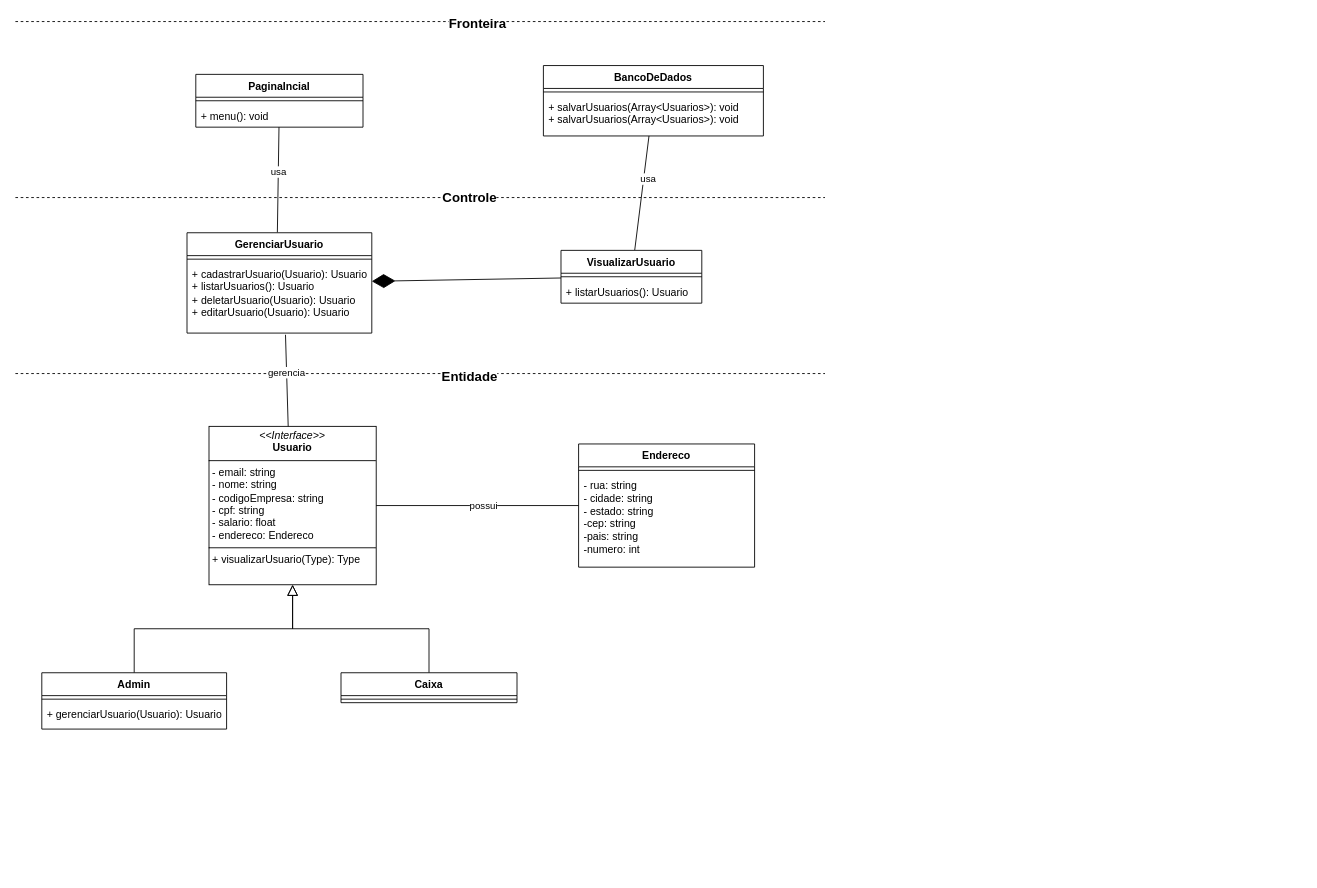
Before: diagramas/Diagrama de Classe.drawio in thiagobonfim0310/SmartLock, a draw.io diagram. Source tidied: cells renumbered, new cells numbered last; positions are measured from the earlier drawing's top-left corner, leaving out a move shared by most shapes. Both pictures are drawn from the tidied source at 88%, with x=0, y=0 at pixel (15, 21).
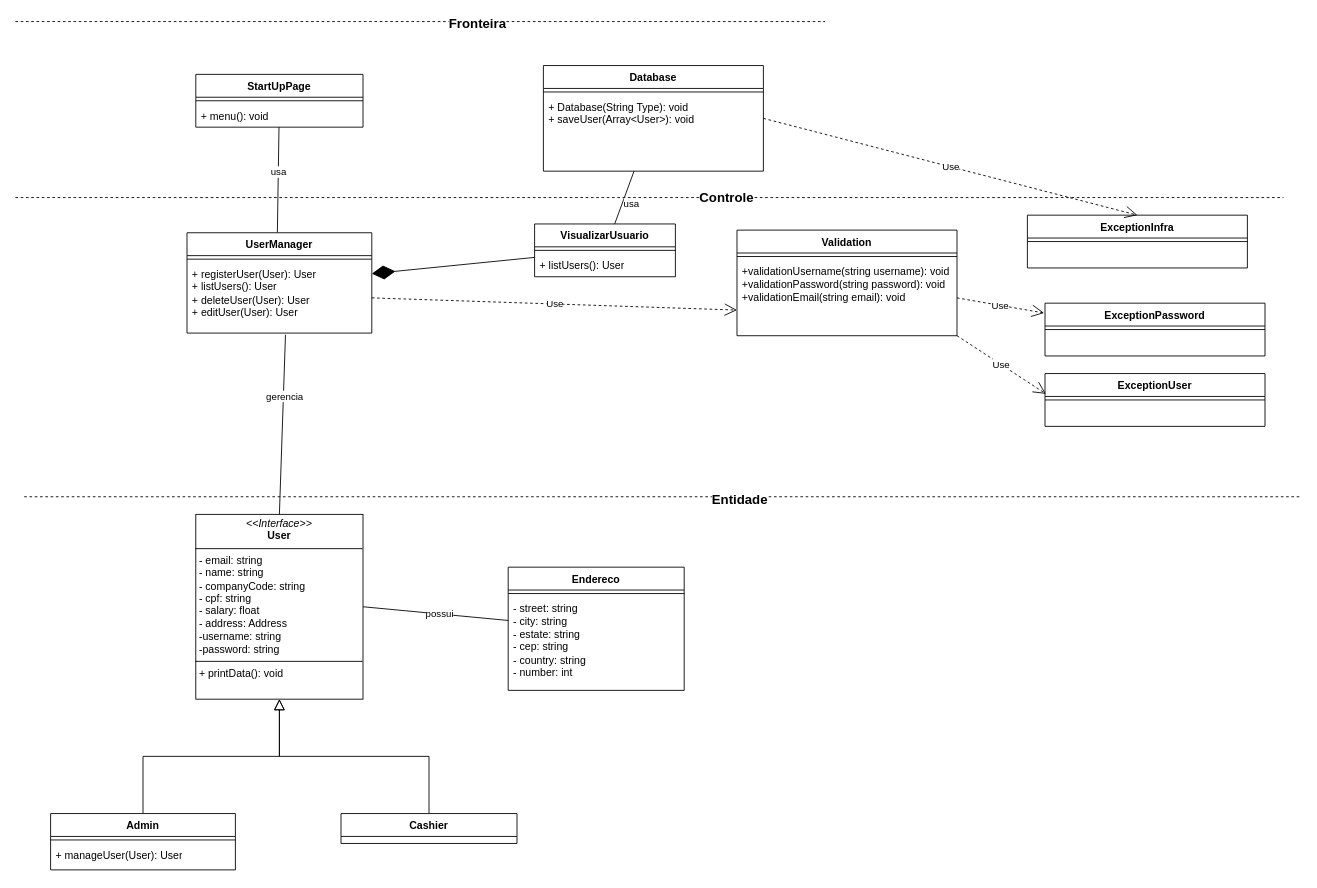
The same diagram, later.

Commit message (it also covers changes not shown here):
Atualização do diagrama de classes e adição de assets para o README

The edit, as a diff of the source:
```diff
@@
-    <mxCell id="4" value="&lt;p style=&quot;margin:0px;margin-top:4px;text-align:center;&quot;&gt;&lt;i&gt;&amp;lt;&amp;lt;Interface&amp;gt;&amp;gt;&lt;/i&gt;&lt;br&gt;&lt;b&gt;Usuario&lt;/b&gt;&lt;/p&gt;&lt;hr size=&quot;1&quot; style=&quot;border-style:solid;&quot;&gt;&lt;p style=&quot;margin:0px;margin-left:4px;&quot;&gt;- email: string&lt;/p&gt;&lt;p style=&quot;margin:0px;margin-left:4px;&quot;&gt;- nome: string&lt;/p&gt;&lt;p style=&quot;margin:0px;margin-left:4px;&quot;&gt;- codigoEmpresa: string&lt;br&gt;&lt;/p&gt;&lt;p style=&quot;margin:0px;margin-left:4px;&quot;&gt;- cpf: string&lt;/p&gt;&lt;p style=&quot;margin:0px;margin-left:4px;&quot;&gt;- salario: float&lt;/p&gt;&lt;p style=&quot;margin:0px;margin-left:4px;&quot;&gt;- endereco: Endereco&lt;br&gt;&lt;/p&gt;&lt;hr size=&quot;1&quot; style=&quot;border-style:solid;&quot;&gt;&lt;p style=&quot;margin:0px;margin-left:4px;&quot;&gt;+ visualizarUsuario(Type): Type&lt;br&gt;&lt;/p&gt;" style="verticalAlign=top;align=left;overflow=fill;html=1;whiteSpace=wrap;" parent="1" vertex="1">
-      <mxGeometry x="220" y="460" width="190" height="180" as="geometry" />
+    <mxCell id="4" value="&lt;p style=&quot;margin:0px;margin-top:4px;text-align:center;&quot;&gt;&lt;i&gt;&amp;lt;&amp;lt;Interface&amp;gt;&amp;gt;&lt;/i&gt;&lt;br&gt;&lt;b&gt;User&lt;/b&gt;&lt;/p&gt;&lt;hr size=&quot;1&quot; style=&quot;border-style:solid;&quot;&gt;&lt;p style=&quot;margin:0px;margin-left:4px;&quot;&gt;- email: string&lt;/p&gt;&lt;p style=&quot;margin:0px;margin-left:4px;&quot;&gt;- name: string&lt;/p&gt;&lt;p style=&quot;margin:0px;margin-left:4px;&quot;&gt;- companyCode: string&lt;br&gt;&lt;/p&gt;&lt;p style=&quot;margin:0px;margin-left:4px;&quot;&gt;- cpf: string&lt;/p&gt;&lt;p style=&quot;margin:0px;margin-left:4px;&quot;&gt;- salary: float&lt;/p&gt;&lt;p style=&quot;margin:0px;margin-left:4px;&quot;&gt;- address: Address&lt;br&gt;&lt;/p&gt;&lt;p style=&quot;margin:0px;margin-left:4px;&quot;&gt;-username: string&lt;/p&gt;&lt;p style=&quot;margin:0px;margin-left:4px;&quot;&gt;-password: string&lt;/p&gt;&lt;hr size=&quot;1&quot; style=&quot;border-style:solid;&quot;&gt;&lt;p style=&quot;margin:0px;margin-left:4px;&quot;&gt;+ printData(): void&lt;br&gt;&lt;/p&gt;" style="verticalAlign=top;align=left;overflow=fill;html=1;whiteSpace=wrap;" parent="1" vertex="1">
+      <mxGeometry x="205" y="560" width="190" height="210" as="geometry" />
     </mxCell>
     <mxCell id="5" style="endArrow=none;dashed=1;html=1;rounded=0;" parent="1" edge="1">
       <mxGeometry relative="1" as="geometry">
-        <mxPoint y="400" as="sourcePoint" />
-        <mxPoint x="920" y="400" as="targetPoint" />
+        <mxPoint x="10" y="540" as="sourcePoint" />
+        <mxPoint x="1461" y="540" as="targetPoint" />
       </mxGeometry>
     </mxCell>
@@
-    <mxCell id="7" style="endArrow=none;endFill=0;endSize=12;html=1;rounded=0;exitX=0.533;exitY=1.024;exitDx=0;exitDy=0;exitPerimeter=0;" parent="1" edge="1" source="21">
-      <mxGeometry relative="1" as="geometry">
-        <mxPoint x="310" y="460" as="targetPoint" />
-      </mxGeometry>
+    <mxCell id="7" style="endArrow=none;endFill=0;endSize=12;html=1;rounded=0;exitX=0.533;exitY=1.024;exitDx=0;exitDy=0;exitPerimeter=0;entryX=0.5;entryY=0;entryDx=0;entryDy=0;" parent="1" edge="1" source="21" target="4">
+      <mxGeometry relative="1" as="geometry" />
     </mxCell>
@@
     <mxCell id="13" style="endArrow=none;dashed=1;html=1;rounded=0;" parent="1" edge="1">
       <mxGeometry relative="1" as="geometry">
         <mxPoint y="200" as="sourcePoint" />
-        <mxPoint x="920" y="200" as="targetPoint" />
+        <mxPoint x="1441" y="200" as="targetPoint" />
       </mxGeometry>
     </mxCell>
@@
-    <mxCell id="19" value="GerenciarUsuario" style="swimlane;fontStyle=1;align=center;verticalAlign=top;horizontal=1;startSize=26;whiteSpace=wrap;html=1;" parent="1" vertex="1">
+    <mxCell id="19" value="UserManager" style="swimlane;fontStyle=1;align=center;verticalAlign=top;horizontal=1;startSize=26;whiteSpace=wrap;html=1;" parent="1" vertex="1">
       <mxGeometry x="195" y="240" width="210" height="114" as="geometry" />
     </mxCell>
@@
-    <mxCell id="21" value="&lt;div&gt;+ cadastrarUsuario(Usuario): Usuario&lt;/div&gt;&lt;div&gt;+ listarUsuarios(): Usuario&lt;/div&gt;&lt;div&gt;+ deletarUsuario&lt;span style=&quot;background-color: initial;&quot;&gt;(&lt;/span&gt;Usuario&lt;span style=&quot;background-color: initial;&quot;&gt;): &lt;/span&gt;Usuario&lt;/div&gt;&lt;div&gt;+ editarUsuario(Usuario): Usuario&lt;/div&gt;" style="text;strokeColor=none;fillColor=none;align=left;verticalAlign=top;spacingLeft=4;spacingRight=4;overflow=hidden;points=[[0,0.5],[1,0.5]];portConstraint=eastwest;whiteSpace=wrap;html=1;" parent="19" vertex="1">
+    <mxCell id="21" value="&lt;div&gt;+ registerUser(User): User&lt;/div&gt;&lt;div&gt;+ listUsers(): User&lt;/div&gt;&lt;div&gt;+ deleteUser&lt;span style=&quot;background-color: initial;&quot;&gt;(&lt;/span&gt;User&lt;span style=&quot;background-color: initial;&quot;&gt;): &lt;/span&gt;User&lt;/div&gt;&lt;div&gt;+ editUser(User): User&lt;/div&gt;" style="text;strokeColor=none;fillColor=none;align=left;verticalAlign=top;spacingLeft=4;spacingRight=4;overflow=hidden;points=[[0,0.5],[1,0.5]];portConstraint=eastwest;whiteSpace=wrap;html=1;" parent="19" vertex="1">
       <mxGeometry y="34" width="210" height="80" as="geometry" />
     </mxCell>
     <mxCell id="22" value="Admin" style="swimlane;fontStyle=1;align=center;verticalAlign=top;horizontal=1;startSize=26;whiteSpace=wrap;html=1;" parent="1" vertex="1">
-      <mxGeometry x="30" y="740" width="210" height="64" as="geometry" />
+      <mxGeometry x="40" y="900" width="210" height="64" as="geometry" />
     </mxCell>
@@
-    <mxCell id="24" value="+ gerenciarUsuario(Usuario): Usuario" style="text;strokeColor=none;fillColor=none;align=left;verticalAlign=top;spacingLeft=4;spacingRight=4;overflow=hidden;whiteSpace=wrap;html=1;" parent="22" vertex="1">
+    <mxCell id="24" value="+ manageUser(User): User" style="text;strokeColor=none;fillColor=none;align=left;verticalAlign=top;spacingLeft=4;spacingRight=4;overflow=hidden;whiteSpace=wrap;html=1;" parent="22" vertex="1">
       <mxGeometry y="34" width="210" height="30" as="geometry" />
     </mxCell>
-    <mxCell id="25" value="Caixa" style="swimlane;fontStyle=1;align=center;verticalAlign=top;horizontal=1;startSize=26;whiteSpace=wrap;html=1;" parent="1" vertex="1">
-      <mxGeometry x="370" y="740" width="200" height="34" as="geometry" />
+    <mxCell id="25" value="Cashier" style="swimlane;fontStyle=1;align=center;verticalAlign=top;horizontal=1;startSize=26;whiteSpace=wrap;html=1;" parent="1" vertex="1">
+      <mxGeometry x="370" y="900" width="200" height="34" as="geometry" />
     </mxCell>
-    <mxCell id="26" style="line;strokeWidth=1;fillColor=none;align=left;verticalAlign=middle;spacingTop=-1;spacingLeft=3;spacingRight=3;labelPosition=right;strokeColor=inherit;" parent="25" vertex="1">
-      <mxGeometry y="26" width="200" height="8" as="geometry" />
-    </mxCell>
-    <mxCell id="27" value="PaginaIncial" style="swimlane;fontStyle=1;align=center;verticalAlign=top;horizontal=1;startSize=26;whiteSpace=wrap;html=1;" parent="1" vertex="1">
+    <mxCell id="27" value="StartUpPage" style="swimlane;fontStyle=1;align=center;verticalAlign=top;horizontal=1;startSize=26;whiteSpace=wrap;html=1;" parent="1" vertex="1">
       <mxGeometry x="205" y="60" width="190" height="60" as="geometry" />
     </mxCell>
@@
     <mxCell id="30" value="VisualizarUsuario" style="swimlane;fontStyle=1;align=center;verticalAlign=top;horizontal=1;startSize=26;whiteSpace=wrap;html=1;" parent="1" vertex="1">
-      <mxGeometry x="620" y="260" width="160" height="60" as="geometry" />
+      <mxGeometry x="590" y="230" width="160" height="60" as="geometry" />
     </mxCell>
@@
-    <mxCell id="32" value="+ listarUsuarios(): Usuario" style="text;strokeColor=none;fillColor=none;align=left;verticalAlign=top;spacingLeft=4;spacingRight=4;overflow=hidden;whiteSpace=wrap;html=1;" parent="30" vertex="1">
+    <mxCell id="32" value="+ listUsers(): User" style="text;strokeColor=none;fillColor=none;align=left;verticalAlign=top;spacingLeft=4;spacingRight=4;overflow=hidden;whiteSpace=wrap;html=1;" parent="30" vertex="1">
       <mxGeometry y="34" width="160" height="26" as="geometry" />
     </mxCell>
-    <mxCell id="33" value="BancoDeDados" style="swimlane;fontStyle=1;align=center;verticalAlign=top;horizontal=1;startSize=26;whiteSpace=wrap;html=1;" parent="1" vertex="1">
-      <mxGeometry x="600" y="50" width="250" height="80" as="geometry" />
+    <mxCell id="33" value="Database" style="swimlane;fontStyle=1;align=center;verticalAlign=top;horizontal=1;startSize=26;whiteSpace=wrap;html=1;" parent="1" vertex="1">
+      <mxGeometry x="600" y="50" width="250" height="120" as="geometry" />
     </mxCell>
@@
-    <mxCell id="35" value="+ salvarUsuarios(Array&amp;lt;Usuarios&amp;gt;): void&lt;div&gt;+ salvarUsuarios(Array&amp;lt;Usuarios&amp;gt;): void&lt;div&gt;&lt;br&gt;&lt;/div&gt;&lt;/div&gt;" style="text;strokeColor=none;fillColor=none;align=left;verticalAlign=top;spacingLeft=4;spacingRight=4;overflow=hidden;whiteSpace=wrap;html=1;" parent="33" vertex="1">
-      <mxGeometry y="34" width="250" height="46" as="geometry" />
+    <mxCell id="35" value="&lt;div&gt;+ Database(String Type): void&lt;/div&gt;+ saveUser(Array&amp;lt;User&amp;gt;): void&lt;div&gt;&lt;br&gt;&lt;div&gt;&lt;br&gt;&lt;/div&gt;&lt;/div&gt;" style="text;strokeColor=none;fillColor=none;align=left;verticalAlign=top;spacingLeft=4;spacingRight=4;overflow=hidden;whiteSpace=wrap;html=1;" parent="33" vertex="1">
+      <mxGeometry y="34" width="250" height="86" as="geometry" />
     </mxCell>
@@
     <mxCell id="37" value="Endereco" style="swimlane;fontStyle=1;align=center;verticalAlign=top;horizontal=1;startSize=26;whiteSpace=wrap;html=1;" parent="1" vertex="1">
-      <mxGeometry x="640" y="480" width="200" height="140" as="geometry" />
+      <mxGeometry x="560" y="620" width="200" height="140" as="geometry" />
     </mxCell>
@@
-    <mxCell id="39" value="&lt;div&gt;- rua: string&lt;/div&gt;&lt;div&gt;- cidade: string&lt;/div&gt;&lt;div&gt;- estado: string&lt;/div&gt;&lt;div&gt;-cep: string&lt;/div&gt;&lt;div&gt;-pais: string&lt;/div&gt;&lt;div&gt;-numero: int&lt;br&gt;&lt;/div&gt;" style="text;strokeColor=none;fillColor=none;align=left;verticalAlign=top;spacingLeft=4;spacingRight=4;overflow=hidden;whiteSpace=wrap;html=1;" parent="37" vertex="1">
+    <mxCell id="39" value="&lt;div&gt;- street: string&lt;/div&gt;&lt;div&gt;- city: string&lt;/div&gt;&lt;div&gt;- estate: string&lt;/div&gt;&lt;div&gt;- cep: string&lt;/div&gt;&lt;div&gt;- country: string&lt;/div&gt;&lt;div&gt;- number: int&lt;br&gt;&lt;/div&gt;" style="text;strokeColor=none;fillColor=none;align=left;verticalAlign=top;spacingLeft=4;spacingRight=4;overflow=hidden;whiteSpace=wrap;html=1;" parent="37" vertex="1">
       <mxGeometry y="34" width="200" height="106" as="geometry" />
     </mxCell>
+    <mxCell id="40" value="Validation" style="swimlane;fontStyle=1;align=center;verticalAlign=top;horizontal=1;startSize=26;whiteSpace=wrap;html=1;" parent="1" vertex="1">
+      <mxGeometry x="820" y="237" width="250" height="120" as="geometry" />
+    </mxCell>
+    <mxCell id="41" style="line;strokeWidth=1;fillColor=none;align=left;verticalAlign=middle;spacingTop=-1;spacingLeft=3;spacingRight=3;labelPosition=right;strokeColor=inherit;" parent="40" vertex="1">
+      <mxGeometry y="26" width="250" height="8" as="geometry" />
+    </mxCell>
+    <mxCell id="42" value="&lt;div&gt;+validationUsername(string username): void&lt;/div&gt;&lt;div&gt;+validationPassword(string password): void&lt;/div&gt;&lt;div&gt;+validationEmail(string email): void&lt;br&gt;&lt;/div&gt;" style="text;strokeColor=none;fillColor=none;align=left;verticalAlign=top;spacingLeft=4;spacingRight=4;overflow=hidden;points=[[0,0.5],[1,0.5]];portConstraint=eastwest;whiteSpace=wrap;html=1;" parent="40" vertex="1">
+      <mxGeometry y="34" width="250" height="86" as="geometry" />
+    </mxCell>
+    <mxCell id="43" value="ExceptionInfra" style="swimlane;fontStyle=1;align=center;verticalAlign=top;horizontal=1;startSize=26;whiteSpace=wrap;html=1;" parent="1" vertex="1">
+      <mxGeometry x="1150" y="220" width="250" height="60" as="geometry" />
+    </mxCell>
+    <mxCell id="44" style="line;strokeWidth=1;fillColor=none;align=left;verticalAlign=middle;spacingTop=-1;spacingLeft=3;spacingRight=3;labelPosition=right;strokeColor=inherit;" parent="43" vertex="1">
+      <mxGeometry y="26" width="250" height="8" as="geometry" />
+    </mxCell>
+    <mxCell id="45" value="&lt;div&gt;&lt;br&gt;&lt;/div&gt;" style="text;strokeColor=none;fillColor=none;align=left;verticalAlign=top;spacingLeft=4;spacingRight=4;overflow=hidden;whiteSpace=wrap;html=1;" parent="43" vertex="1">
+      <mxGeometry y="34" width="250" height="26" as="geometry" />
+    </mxCell>
+    <mxCell id="46" value="Use" style="endArrow=open;endSize=12;dashed=1;html=1;rounded=0;exitX=1;exitY=0.5;exitDx=0;exitDy=0;entryX=0;entryY=0.661;entryDx=0;entryDy=0;entryPerimeter=0;" parent="1" edge="1" source="21" target="42">
+      <mxGeometry relative="1" as="geometry" />
+    </mxCell>
+    <mxCell id="47" value="ExceptionPassword" style="swimlane;fontStyle=1;align=center;verticalAlign=top;horizontal=1;startSize=26;whiteSpace=wrap;html=1;" parent="1" vertex="1">
+      <mxGeometry x="1170" y="320" width="250" height="60" as="geometry" />
+    </mxCell>
+    <mxCell id="48" style="line;strokeWidth=1;fillColor=none;align=left;verticalAlign=middle;spacingTop=-1;spacingLeft=3;spacingRight=3;labelPosition=right;strokeColor=inherit;" parent="47" vertex="1">
+      <mxGeometry y="26" width="250" height="8" as="geometry" />
+    </mxCell>
+    <mxCell id="49" value="&lt;div&gt;&lt;br&gt;&lt;/div&gt;" style="text;strokeColor=none;fillColor=none;align=left;verticalAlign=top;spacingLeft=4;spacingRight=4;overflow=hidden;whiteSpace=wrap;html=1;" parent="47" vertex="1">
+      <mxGeometry y="34" width="250" height="26" as="geometry" />
+    </mxCell>
+    <mxCell id="50" value="ExceptionUser" style="swimlane;fontStyle=1;align=center;verticalAlign=top;horizontal=1;startSize=26;whiteSpace=wrap;html=1;" parent="1" vertex="1">
+      <mxGeometry x="1170" y="400" width="250" height="60" as="geometry" />
+    </mxCell>
+    <mxCell id="51" style="line;strokeWidth=1;fillColor=none;align=left;verticalAlign=middle;spacingTop=-1;spacingLeft=3;spacingRight=3;labelPosition=right;strokeColor=inherit;" parent="50" vertex="1">
+      <mxGeometry y="26" width="250" height="8" as="geometry" />
+    </mxCell>
+    <mxCell id="52" value="&lt;div&gt;&lt;br&gt;&lt;/div&gt;" style="text;strokeColor=none;fillColor=none;align=left;verticalAlign=top;spacingLeft=4;spacingRight=4;overflow=hidden;whiteSpace=wrap;html=1;" parent="50" vertex="1">
+      <mxGeometry y="34" width="250" height="26" as="geometry" />
+    </mxCell>
+    <mxCell id="53" value="Use" style="endArrow=open;endSize=12;dashed=1;html=1;rounded=0;exitX=1;exitY=0.5;exitDx=0;exitDy=0;entryX=0.5;entryY=0;entryDx=0;entryDy=0;" parent="1" edge="1" target="43">
+      <mxGeometry relative="1" as="geometry">
+        <mxPoint x="850" y="110" as="sourcePoint" />
+      </mxGeometry>
+    </mxCell>
+    <mxCell id="54" value="Use" style="endArrow=open;endSize=12;dashed=1;html=1;rounded=0;exitX=1;exitY=0.5;exitDx=0;exitDy=0;entryX=-0.004;entryY=0.186;entryDx=0;entryDy=0;entryPerimeter=0;" parent="1" edge="1" source="42" target="47">
+      <mxGeometry relative="1" as="geometry" />
+    </mxCell>
+    <mxCell id="55" value="Use" style="endArrow=open;endSize=12;dashed=1;html=1;rounded=0;exitX=1;exitY=1;exitDx=0;exitDy=0;entryX=0.004;entryY=0.384;entryDx=0;entryDy=0;entryPerimeter=0;" parent="1" edge="1" source="40" target="50">
+      <mxGeometry relative="1" as="geometry" />
+    </mxCell>
```
